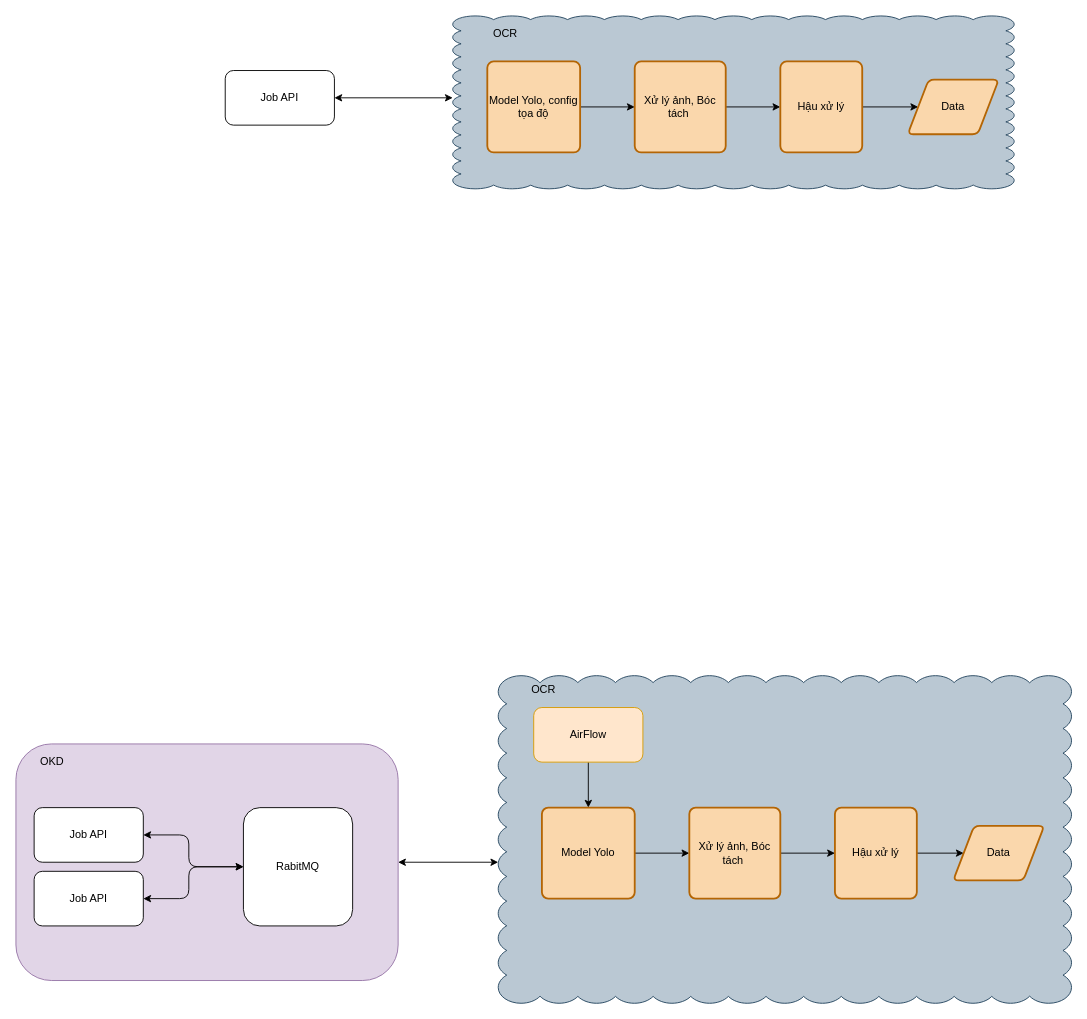
Above: Untitled Diagram.drawio in chuyendq9x/adm (draw.io), before the change. Source tidied: cells renumbered, new cells numbered last; positions are measured from the earlier drawing's top-left corner, leaving out a move shared by most shapes. Both pictures are drawn from the tidied source at 91%, with x=0, y=0 at pixel (15, 15).
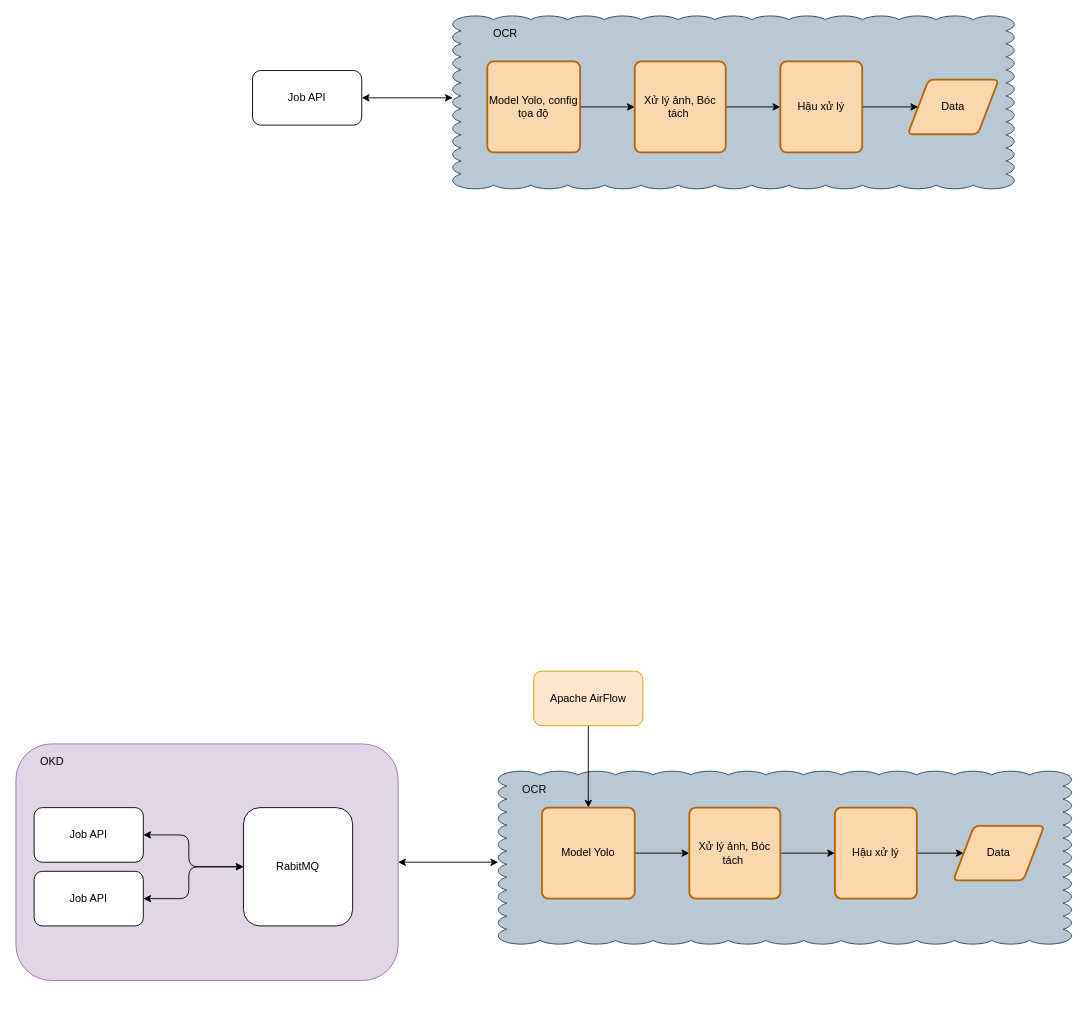
Above is the later version.

Change to the diagram source:
```diff
@@
     <mxCell id="2" style="whiteSpace=wrap;html=1;shape=mxgraph.basic.cloud_rect;fillColor=#bac8d3;strokeColor=#23445d;" parent="1" vertex="1">
-      <mxGeometry x="530" y="725" width="630" height="360" as="geometry" />
+      <mxGeometry x="530" y="830" width="630" height="190" as="geometry" />
     </mxCell>
@@
-    <mxCell id="9" value="OCR" style="text;html=1;strokeColor=none;fillColor=none;align=center;verticalAlign=middle;whiteSpace=wrap;rounded=0;" parent="1" vertex="1">
-      <mxGeometry x="540" y="730" width="80" height="20" as="geometry" />
-    </mxCell>
@@
-    <mxCell id="16" value="AirFlow" style="rounded=1;whiteSpace=wrap;html=1;fillColor=#ffe6cc;strokeColor=#d79b00;" parent="1" vertex="1">
-      <mxGeometry x="569" y="760" width="120" height="60" as="geometry" />
+    <mxCell id="16" value="Apache AirFlow" style="rounded=1;whiteSpace=wrap;html=1;fillColor=#ffe6cc;strokeColor=#d79b00;" parent="1" vertex="1">
+      <mxGeometry x="569" y="720" width="120" height="60" as="geometry" />
     </mxCell>
@@
     <mxCell id="31" value="Job API" style="rounded=1;whiteSpace=wrap;html=1;" parent="1" vertex="1">
-      <mxGeometry x="230" y="60" width="120" height="60" as="geometry" />
+      <mxGeometry x="260" y="60" width="120" height="60" as="geometry" />
     </mxCell>
@@
+    <mxCell id="9" value="OCR" style="text;html=1;strokeColor=none;fillColor=none;align=center;verticalAlign=middle;whiteSpace=wrap;rounded=0;" parent="1" vertex="1">
+      <mxGeometry x="530" y="840" width="80" height="20" as="geometry" />
+    </mxCell>
```
